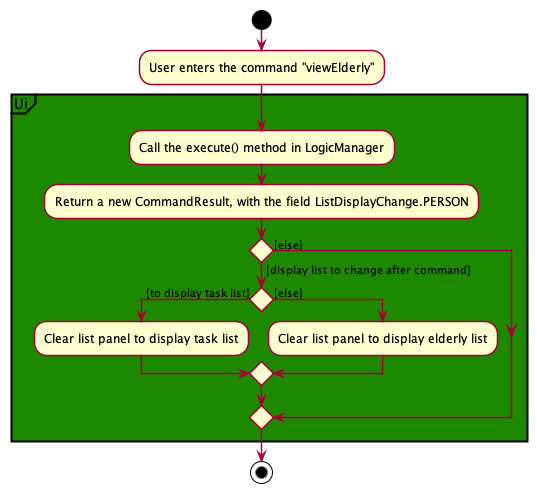
This is docs/images/ViewElderlyActivityDiagram.png from tsy24/tp, a PlantUML export, as it was before one commit.
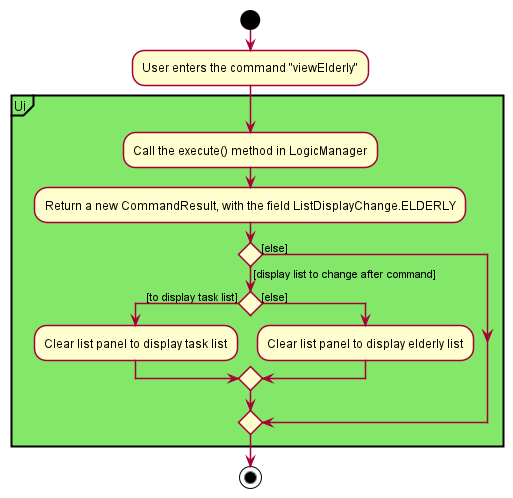
The same diagram one commit later.

Change to the diagram source:
```diff
@@ -4,9 +4,9 @@
 start
 :User enters the command "viewElderly";
 
-partition Ui UI_COLOR {
+partition Ui UI_COLOR_T1 {
 :Call the execute() method in LogicManager;
-:Return a new CommandResult, with the field ListDisplayChange.PERSON;
+:Return a new CommandResult, with the field ListDisplayChange.ELDERLY;
 if () then ([display list to change after command])
     if () then ([to display task list])
         :Clear list panel to display task list;
```
